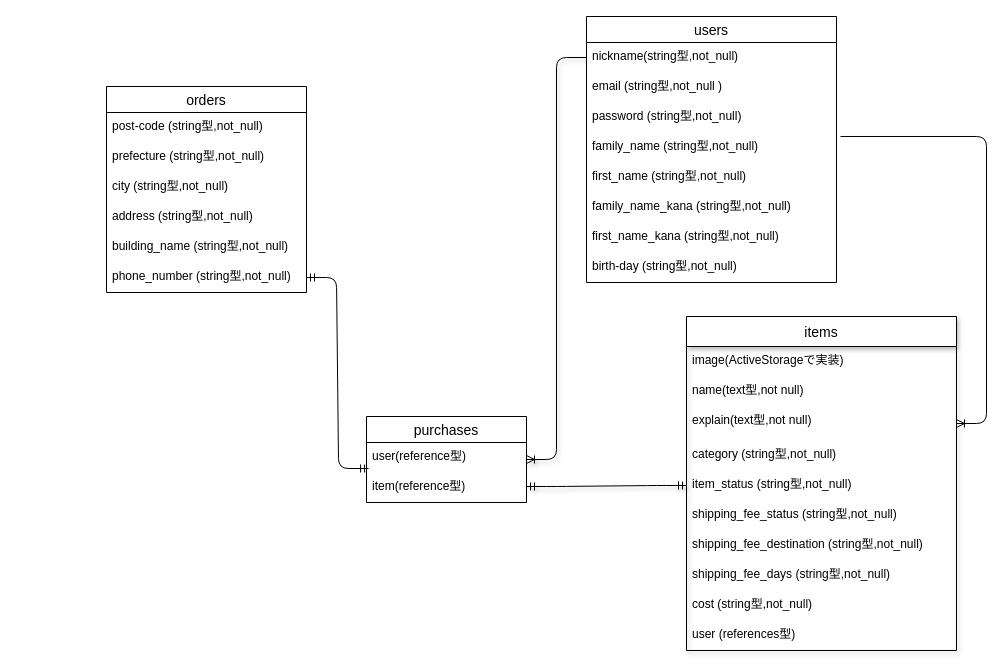
This is furima.dio from daikiiin/furima-35037, a draw.io file, before an edit. Source tidied: cells renumbered, new cells numbered last; positions are measured from the earlier drawing's top-left corner, leaving out a move shared by most shapes. Both pictures are drawn from the tidied source at 100%, with x=0, y=0 at pixel (106, 16).
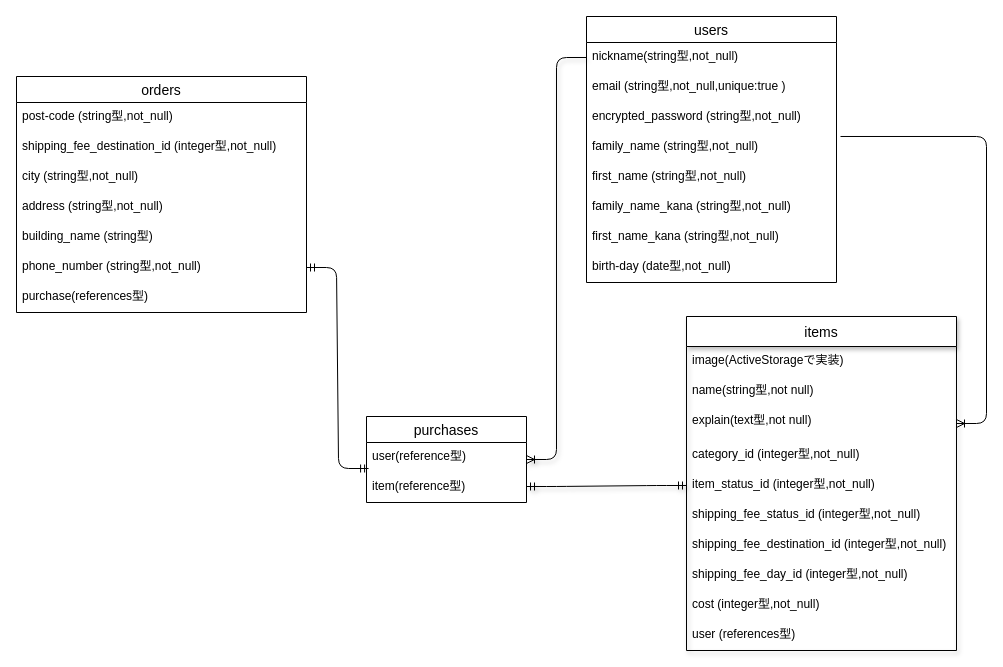
The same diagram, later.

Commit message (it also covers changes not shown here):
データベース設計　修正3

Unchanged cells that the change refers to:
```xml
<mxCell id="2" value="items" style="swimlane;fontStyle=0;horizontal=1;startSize=30;align=center;fontSize=14;shadow=1;" parent="1" vertex="1">
  <mxGeometry x="580" y="300" width="270" height="334" as="geometry" />
</mxCell>
<mxCell id="23" value="users" style="swimlane;fontStyle=0;horizontal=1;startSize=26;align=center;fontSize=14;" parent="1" vertex="1">
  <mxGeometry x="480" width="250" height="266" as="geometry" />
</mxCell>
```

The edit, as a diff of the source:
```diff
@@
-    <mxCell id="4" value="name(text型,not null)" style="text;strokeColor=none;fillColor=none;spacingLeft=4;spacingRight=4;overflow=hidden;fontSize=12;" parent="2" vertex="1">
+    <mxCell id="4" value="name(string型,not null)" style="text;strokeColor=none;fillColor=none;spacingLeft=4;spacingRight=4;overflow=hidden;fontSize=12;" parent="2" vertex="1">
       <mxGeometry y="60" width="270" height="30" as="geometry" />
     </mxCell>
@@
-    <mxCell id="6" value="category (string型,not_null)" style="text;strokeColor=none;fillColor=none;spacingLeft=4;spacingRight=4;overflow=hidden;fontSize=12;shadow=1;" parent="2" vertex="1">
+    <mxCell id="6" value="category_id (integer型,not_null)" style="text;strokeColor=none;fillColor=none;spacingLeft=4;spacingRight=4;overflow=hidden;fontSize=12;shadow=1;" parent="2" vertex="1">
       <mxGeometry y="124" width="270" height="30" as="geometry" />
     </mxCell>
-    <mxCell id="7" value="item_status (string型,not_null)" style="text;strokeColor=none;fillColor=none;spacingLeft=4;spacingRight=4;overflow=hidden;points=[[0,0.5],[1,0.5]];portConstraint=eastwest;fontSize=12;shadow=1;" parent="2" vertex="1">
+    <mxCell id="7" value="item_status_id (integer型,not_null)" style="text;strokeColor=none;fillColor=none;spacingLeft=4;spacingRight=4;overflow=hidden;points=[[0,0.5],[1,0.5]];portConstraint=eastwest;fontSize=12;shadow=1;" parent="2" vertex="1">
       <mxGeometry y="154" width="270" height="30" as="geometry" />
     </mxCell>
-    <mxCell id="8" value="shipping_fee_status (string型,not_null)" style="text;strokeColor=none;fillColor=none;spacingLeft=4;spacingRight=4;overflow=hidden;fontSize=12;shadow=1;" parent="2" vertex="1">
+    <mxCell id="8" value="shipping_fee_status_id (integer型,not_null)" style="text;strokeColor=none;fillColor=none;spacingLeft=4;spacingRight=4;overflow=hidden;fontSize=12;shadow=1;" parent="2" vertex="1">
       <mxGeometry y="184" width="270" height="30" as="geometry" />
     </mxCell>
-    <mxCell id="9" value="shipping_fee_destination (string型,not_null)" style="text;strokeColor=none;fillColor=none;spacingLeft=4;spacingRight=4;overflow=hidden;fontSize=12;shadow=1;" parent="2" vertex="1">
+    <mxCell id="9" value="shipping_fee_destination_id (integer型,not_null)" style="text;strokeColor=none;fillColor=none;spacingLeft=4;spacingRight=4;overflow=hidden;fontSize=12;shadow=1;" parent="2" vertex="1">
       <mxGeometry y="214" width="270" height="30" as="geometry" />
     </mxCell>
-    <mxCell id="10" value="shipping_fee_days (string型,not_null)" style="text;strokeColor=none;fillColor=none;spacingLeft=4;spacingRight=4;overflow=hidden;fontSize=12;shadow=1;" parent="2" vertex="1">
+    <mxCell id="10" value="shipping_fee_day_id (integer型,not_null)" style="text;strokeColor=none;fillColor=none;spacingLeft=4;spacingRight=4;overflow=hidden;fontSize=12;shadow=1;" parent="2" vertex="1">
       <mxGeometry y="244" width="270" height="30" as="geometry" />
     </mxCell>
-    <mxCell id="11" value="cost (string型,not_null)" style="text;strokeColor=none;fillColor=none;spacingLeft=4;spacingRight=4;overflow=hidden;fontSize=12;shadow=1;" parent="2" vertex="1">
+    <mxCell id="11" value="cost (integer型,not_null)" style="text;strokeColor=none;fillColor=none;spacingLeft=4;spacingRight=4;overflow=hidden;fontSize=12;shadow=1;" parent="2" vertex="1">
       <mxGeometry y="274" width="270" height="30" as="geometry" />
     </mxCell>
@@
     <mxCell id="16" value="orders" style="swimlane;fontStyle=0;horizontal=1;startSize=26;align=center;fontSize=14;" parent="1" vertex="1">
-      <mxGeometry y="70" width="200" height="206" as="geometry" />
+      <mxGeometry x="-90" y="60" width="290" height="236" as="geometry" />
     </mxCell>
     <mxCell id="17" value="post-code (string型,not_null)" style="text;strokeColor=none;fillColor=none;spacingLeft=4;spacingRight=4;overflow=hidden;fontSize=12;" parent="16" vertex="1">
-      <mxGeometry y="26" width="200" height="30" as="geometry" />
+      <mxGeometry y="26" width="290" height="30" as="geometry" />
     </mxCell>
-    <mxCell id="18" value="prefecture (string型,not_null)" style="text;strokeColor=none;fillColor=none;spacingLeft=4;spacingRight=4;overflow=hidden;fontSize=12;" parent="16" vertex="1">
-      <mxGeometry y="56" width="200" height="30" as="geometry" />
+    <mxCell id="18" value="shipping_fee_destination_id (integer型,not_null)" style="text;strokeColor=none;fillColor=none;spacingLeft=4;spacingRight=4;overflow=hidden;fontSize=12;" parent="16" vertex="1">
+      <mxGeometry y="56" width="290" height="30" as="geometry" />
     </mxCell>
     <mxCell id="19" value="city (string型,not_null)" style="text;strokeColor=none;fillColor=none;spacingLeft=4;spacingRight=4;overflow=hidden;fontSize=12;shadow=1;" parent="16" vertex="1">
-      <mxGeometry y="86" width="200" height="30" as="geometry" />
+      <mxGeometry y="86" width="290" height="30" as="geometry" />
     </mxCell>
     <mxCell id="20" value="address (string型,not_null)" style="text;strokeColor=none;fillColor=none;spacingLeft=4;spacingRight=4;overflow=hidden;fontSize=12;shadow=1;" parent="16" vertex="1">
-      <mxGeometry y="116" width="200" height="30" as="geometry" />
+      <mxGeometry y="116" width="290" height="30" as="geometry" />
     </mxCell>
-    <mxCell id="21" value="building_name (string型,not_null)" style="text;strokeColor=none;fillColor=none;spacingLeft=4;spacingRight=4;overflow=hidden;fontSize=12;shadow=1;" parent="16" vertex="1">
-      <mxGeometry y="146" width="200" height="30" as="geometry" />
+    <mxCell id="21" value="building_name (string型)" style="text;strokeColor=none;fillColor=none;spacingLeft=4;spacingRight=4;overflow=hidden;fontSize=12;shadow=1;" parent="16" vertex="1">
+      <mxGeometry y="146" width="290" height="30" as="geometry" />
     </mxCell>
     <mxCell id="22" value="phone_number (string型,not_null)" style="text;strokeColor=none;fillColor=none;spacingLeft=4;spacingRight=4;overflow=hidden;points=[[0,0.5],[1,0.5]];portConstraint=eastwest;fontSize=12;" parent="16" vertex="1">
-      <mxGeometry y="176" width="200" height="30" as="geometry" />
+      <mxGeometry y="176" width="290" height="30" as="geometry" />
     </mxCell>
+    <mxCell id="36" value="purchase(references型)" style="text;strokeColor=none;fillColor=none;spacingLeft=4;spacingRight=4;overflow=hidden;fontSize=12;" parent="16" vertex="1">
+      <mxGeometry y="206" width="290" height="30" as="geometry" />
+    </mxCell>
@@
-    <mxCell id="25" value="email (string型,not_null )" style="text;strokeColor=none;fillColor=none;spacingLeft=4;spacingRight=4;overflow=hidden;fontSize=12;" parent="23" vertex="1">
+    <mxCell id="25" value="email (string型,not_null,unique:true )" style="text;strokeColor=none;fillColor=none;spacingLeft=4;spacingRight=4;overflow=hidden;fontSize=12;" parent="23" vertex="1">
       <mxGeometry y="56" width="250" height="30" as="geometry" />
     </mxCell>
-    <mxCell id="26" value="password (string型,not_null)" style="text;strokeColor=none;fillColor=none;spacingLeft=4;spacingRight=4;overflow=hidden;fontSize=12;shadow=1;" parent="23" vertex="1">
+    <mxCell id="26" value="encrypted_password (string型,not_null)" style="text;strokeColor=none;fillColor=none;spacingLeft=4;spacingRight=4;overflow=hidden;fontSize=12;shadow=1;" parent="23" vertex="1">
       <mxGeometry y="86" width="250" height="30" as="geometry" />
     </mxCell>
@@
-    <mxCell id="31" value="birth-day (string型,not_null)" style="text;strokeColor=none;fillColor=none;spacingLeft=4;spacingRight=4;overflow=hidden;fontSize=12;" parent="23" vertex="1">
+    <mxCell id="31" value="birth-day (date型,not_null)" style="text;strokeColor=none;fillColor=none;spacingLeft=4;spacingRight=4;overflow=hidden;fontSize=12;" parent="23" vertex="1">
       <mxGeometry y="236" width="250" height="30" as="geometry" />
     </mxCell>
```
